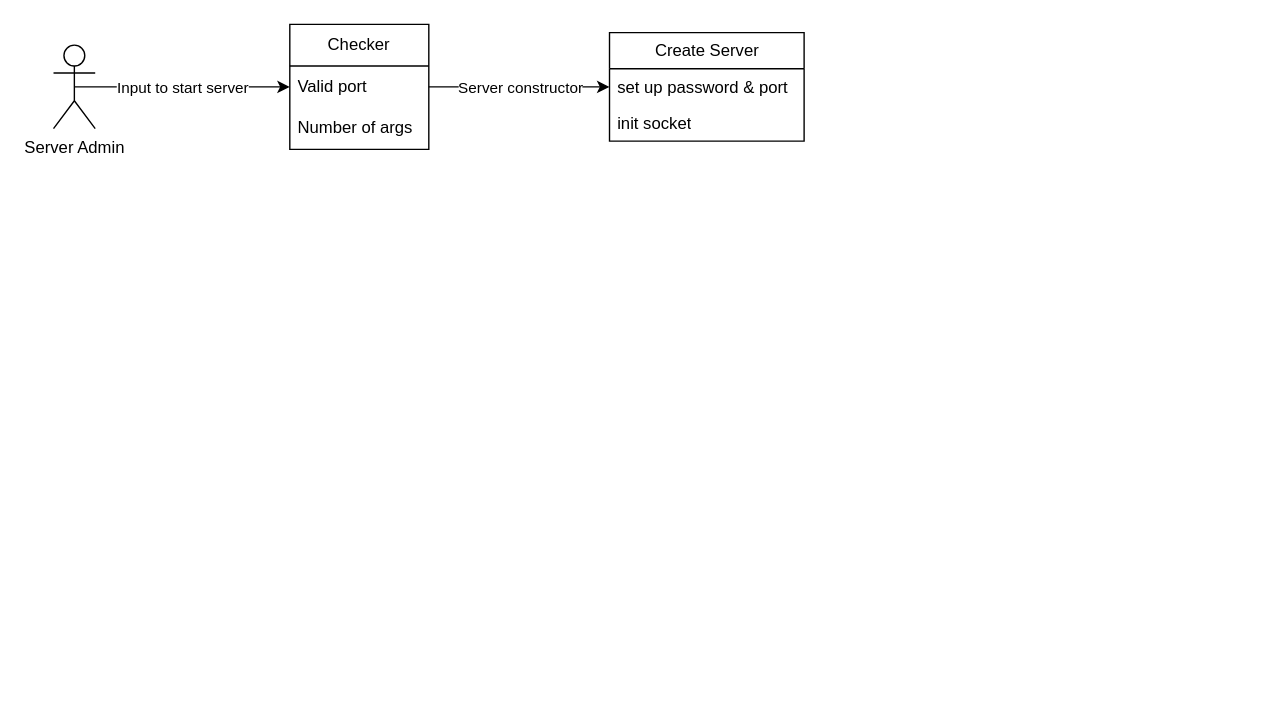
Before: page "Page-1" (1 of 2) of ft_irc.drawio in Juan-aga/ft_irc, a draw.io diagram. Source tidied: cells renumbered, new cells numbered last; positions are measured from the earlier drawing's top-left corner, leaving out a move shared by most shapes. Both pictures are drawn from the tidied source at 139%, with x=0, y=0 at pixel (53, 24).
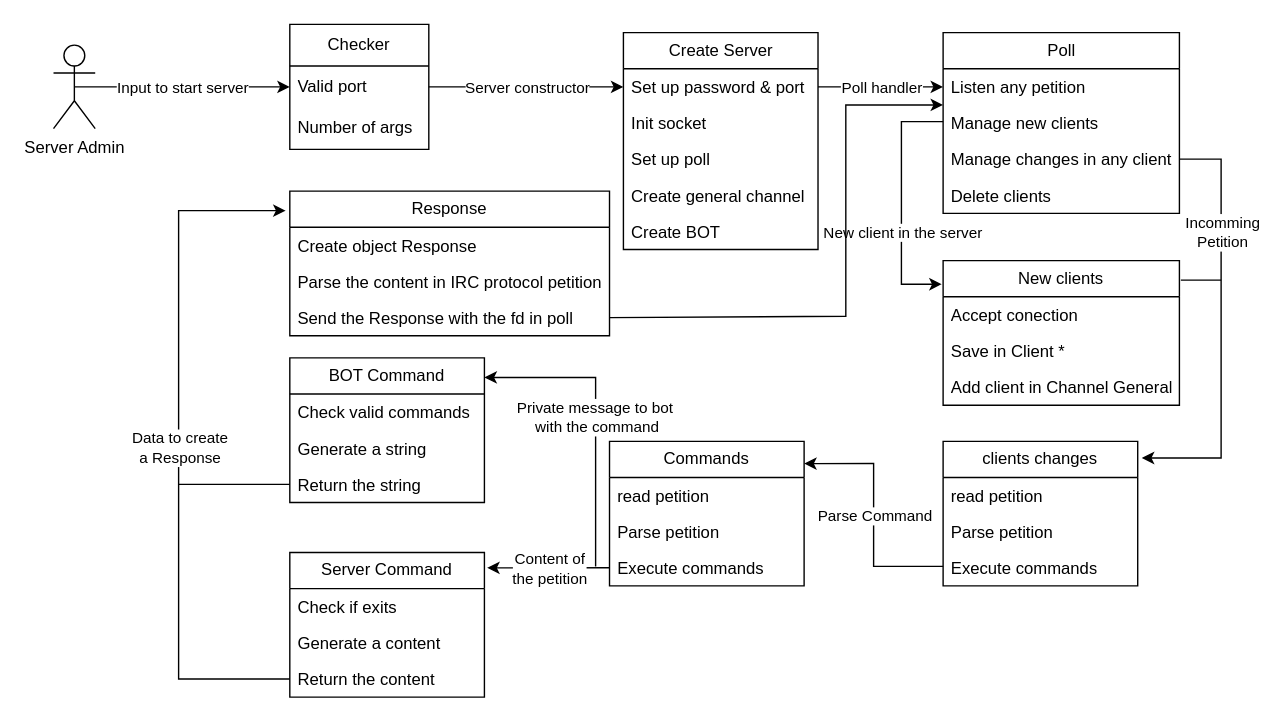
The same page after the edit.

Commit message (it also covers changes not shown here):
MOD: update diagram, change name bot and server

What changed in the source:
```diff
@@
     <mxCell id="5" value="Create Server" style="swimlane;fontStyle=0;horizontal=1;startSize=26;fillColor=none;html=1;" parent="1" vertex="1">
-      <mxGeometry x="400" y="6" width="140" height="78" as="geometry" />
+      <mxGeometry x="410" y="6" width="140" height="156" as="geometry" />
     </mxCell>
-    <mxCell id="6" value="set up password &amp;amp; port" style="text;strokeColor=none;fillColor=none;align=left;verticalAlign=top;spacingLeft=4;spacingRight=4;overflow=hidden;points=[[0,0.5],[1,0.5]];portConstraint=eastwest;whiteSpace=wrap;html=1;" parent="5" vertex="1">
+    <mxCell id="6" value="Set up password &amp;amp; port" style="text;strokeColor=none;fillColor=none;align=left;verticalAlign=top;spacingLeft=4;spacingRight=4;overflow=hidden;points=[[0,0.5],[1,0.5]];portConstraint=eastwest;whiteSpace=wrap;html=1;" parent="5" vertex="1">
       <mxGeometry y="26" width="140" height="26" as="geometry" />
     </mxCell>
-    <mxCell id="7" value="init socket" style="text;strokeColor=none;fillColor=none;align=left;verticalAlign=top;spacingLeft=4;spacingRight=4;overflow=hidden;whiteSpace=wrap;html=1;" parent="5" vertex="1">
+    <mxCell id="7" value="Init socket" style="text;strokeColor=none;fillColor=none;align=left;verticalAlign=top;spacingLeft=4;spacingRight=4;overflow=hidden;whiteSpace=wrap;html=1;" parent="5" vertex="1">
       <mxGeometry y="52" width="140" height="26" as="geometry" />
     </mxCell>
+    <mxCell id="13" value="Set up poll" style="text;strokeColor=none;fillColor=none;align=left;verticalAlign=top;spacingLeft=4;spacingRight=4;overflow=hidden;whiteSpace=wrap;html=1;" parent="5" vertex="1">
+      <mxGeometry y="78" width="140" height="26" as="geometry" />
+    </mxCell>
+    <mxCell id="14" value="Create general channel" style="text;strokeColor=none;fillColor=none;align=left;verticalAlign=top;spacingLeft=4;spacingRight=4;overflow=hidden;whiteSpace=wrap;html=1;" parent="5" vertex="1">
+      <mxGeometry y="104" width="140" height="26" as="geometry" />
+    </mxCell>
+    <mxCell id="15" value="Create BOT" style="text;strokeColor=none;fillColor=none;align=left;verticalAlign=top;spacingLeft=4;spacingRight=4;overflow=hidden;whiteSpace=wrap;html=1;" parent="5" vertex="1">
+      <mxGeometry y="130" width="140" height="26" as="geometry" />
+    </mxCell>
@@
+    <mxCell id="16" value="Poll" style="swimlane;fontStyle=0;horizontal=1;startSize=26;fillColor=none;html=1;" parent="1" vertex="1">
+      <mxGeometry x="640" y="6" width="170" height="130" as="geometry" />
+    </mxCell>
+    <mxCell id="17" value="Listen any petition" style="text;strokeColor=none;fillColor=none;align=left;verticalAlign=top;spacingLeft=4;spacingRight=4;overflow=hidden;points=[[0,0.5],[1,0.5]];portConstraint=eastwest;whiteSpace=wrap;html=1;" parent="16" vertex="1">
+      <mxGeometry y="26" width="170" height="26" as="geometry" />
+    </mxCell>
+    <mxCell id="18" value="Manage new clients" style="text;strokeColor=none;fillColor=none;align=left;verticalAlign=top;spacingLeft=4;spacingRight=4;overflow=hidden;points=[[0,0.5],[1,0.5]];portConstraint=eastwest;whiteSpace=wrap;html=1;" parent="16" vertex="1">
+      <mxGeometry y="52" width="170" height="26" as="geometry" />
+    </mxCell>
+    <mxCell id="19" value="Manage changes in any client" style="text;strokeColor=none;fillColor=none;align=left;verticalAlign=top;spacingLeft=4;spacingRight=4;overflow=hidden;points=[[0,0.5],[1,0.5]];portConstraint=eastwest;whiteSpace=wrap;html=1;" parent="16" vertex="1">
+      <mxGeometry y="78" width="170" height="26" as="geometry" />
+    </mxCell>
+    <mxCell id="20" value="Delete clients" style="text;strokeColor=none;fillColor=none;align=left;verticalAlign=top;spacingLeft=4;spacingRight=4;overflow=hidden;whiteSpace=wrap;html=1;" parent="16" vertex="1">
+      <mxGeometry y="104" width="170" height="26" as="geometry" />
+    </mxCell>
+    <mxCell id="21" style="endArrow=classic;html=1;rounded=0;exitX=1;exitY=0.5;exitDx=0;exitDy=0;entryX=0;entryY=0.5;entryDx=0;entryDy=0;" parent="1" edge="1" source="6" target="17">
+      <mxGeometry relative="1" as="geometry" />
+    </mxCell>
+    <mxCell id="22" value="Poll handler" style="edgeLabel;html=1;align=center;verticalAlign=middle;" parent="21" vertex="1">
+      <mxGeometry relative="1" as="geometry" />
+    </mxCell>
+    <mxCell id="23" value="New clients" style="swimlane;fontStyle=0;horizontal=1;startSize=26;fillColor=none;whiteSpace=wrap;html=1;" parent="1" vertex="1">
+      <mxGeometry x="640" y="170" width="170" height="104" as="geometry" />
+    </mxCell>
+    <mxCell id="24" value="Accept conection" style="text;strokeColor=none;fillColor=none;align=left;verticalAlign=top;spacingLeft=4;spacingRight=4;overflow=hidden;whiteSpace=wrap;html=1;" parent="23" vertex="1">
+      <mxGeometry y="26" width="170" height="26" as="geometry" />
+    </mxCell>
+    <mxCell id="25" value="Save in Client *" style="text;strokeColor=none;fillColor=none;align=left;verticalAlign=top;spacingLeft=4;spacingRight=4;overflow=hidden;whiteSpace=wrap;html=1;" parent="23" vertex="1">
+      <mxGeometry y="52" width="170" height="26" as="geometry" />
+    </mxCell>
+    <mxCell id="26" value="Add client in Channel General" style="text;strokeColor=none;fillColor=none;align=left;verticalAlign=top;spacingLeft=4;spacingRight=4;overflow=hidden;whiteSpace=wrap;html=1;" parent="23" vertex="1">
+      <mxGeometry y="78" width="170" height="26" as="geometry" />
+    </mxCell>
+    <mxCell id="27" value="clients changes" style="swimlane;fontStyle=0;horizontal=1;startSize=26;fillColor=none;whiteSpace=wrap;html=1;" parent="1" vertex="1">
+      <mxGeometry x="640" y="300" width="140" height="104" as="geometry" />
+    </mxCell>
+    <mxCell id="28" value="read petition" style="text;strokeColor=none;fillColor=none;align=left;verticalAlign=top;spacingLeft=4;spacingRight=4;overflow=hidden;whiteSpace=wrap;html=1;" parent="27" vertex="1">
+      <mxGeometry y="26" width="140" height="26" as="geometry" />
+    </mxCell>
+    <mxCell id="29" value="Parse petition" style="text;strokeColor=none;fillColor=none;align=left;verticalAlign=top;spacingLeft=4;spacingRight=4;overflow=hidden;whiteSpace=wrap;html=1;" parent="27" vertex="1">
+      <mxGeometry y="52" width="140" height="26" as="geometry" />
+    </mxCell>
+    <mxCell id="30" value="Execute commands" style="text;strokeColor=none;fillColor=none;align=left;verticalAlign=top;spacingLeft=4;spacingRight=4;overflow=hidden;whiteSpace=wrap;html=1;" parent="27" vertex="1">
+      <mxGeometry y="78" width="140" height="26" as="geometry" />
+    </mxCell>
+    <mxCell id="31" style="endArrow=classic;html=1;rounded=0;exitX=1;exitY=0.5;exitDx=0;exitDy=0;entryX=1.021;entryY=0.115;entryDx=0;entryDy=0;entryPerimeter=0;" parent="1" edge="1" source="19" target="27">
+      <mxGeometry relative="1" as="geometry">
+        <Array as="points">
+          <mxPoint x="840" y="97" />
+          <mxPoint x="840" y="280" />
+          <mxPoint x="840" y="312" />
+        </Array>
+      </mxGeometry>
+    </mxCell>
+    <mxCell id="32" value="Incomming&lt;br&gt;Petition" style="edgeLabel;html=1;align=center;verticalAlign=middle;" parent="31" vertex="1">
+      <mxGeometry relative="1" as="geometry">
+        <mxPoint y="-69" as="offset" />
+      </mxGeometry>
+    </mxCell>
+    <mxCell id="33" style="endArrow=classic;html=1;rounded=0;entryX=-0.006;entryY=0.163;entryDx=0;entryDy=0;entryPerimeter=0;" parent="1" edge="1" target="23">
+      <mxGeometry relative="1" as="geometry">
+        <mxPoint x="640" y="70" as="sourcePoint" />
+        <Array as="points">
+          <mxPoint x="610" y="70" />
+          <mxPoint x="610" y="163" />
+          <mxPoint x="610" y="187" />
+        </Array>
+      </mxGeometry>
+    </mxCell>
+    <mxCell id="34" value="New client in the server" style="edgeLabel;html=1;align=center;verticalAlign=middle;" parent="33" vertex="1">
+      <mxGeometry relative="1" as="geometry">
+        <mxPoint y="21" as="offset" />
+      </mxGeometry>
+    </mxCell>
+    <mxCell id="35" value="Commands" style="swimlane;fontStyle=0;horizontal=1;startSize=26;fillColor=none;whiteSpace=wrap;html=1;" parent="1" vertex="1">
+      <mxGeometry x="400" y="300" width="140" height="104" as="geometry" />
+    </mxCell>
+    <mxCell id="36" value="read petition" style="text;strokeColor=none;fillColor=none;align=left;verticalAlign=top;spacingLeft=4;spacingRight=4;overflow=hidden;whiteSpace=wrap;html=1;" parent="35" vertex="1">
+      <mxGeometry y="26" width="140" height="26" as="geometry" />
+    </mxCell>
+    <mxCell id="37" value="Parse petition" style="text;strokeColor=none;fillColor=none;align=left;verticalAlign=top;spacingLeft=4;spacingRight=4;overflow=hidden;whiteSpace=wrap;html=1;" parent="35" vertex="1">
+      <mxGeometry y="52" width="140" height="26" as="geometry" />
+    </mxCell>
+    <mxCell id="38" value="Execute commands" style="text;strokeColor=none;fillColor=none;align=left;verticalAlign=top;spacingLeft=4;spacingRight=4;overflow=hidden;points=[[0,0.5],[1,0.5]];portConstraint=eastwest;whiteSpace=wrap;html=1;" parent="35" vertex="1">
+      <mxGeometry y="78" width="140" height="26" as="geometry" />
+    </mxCell>
+    <mxCell id="39" style="endArrow=none;html=1;rounded=0;entryX=1.006;entryY=0.135;entryDx=0;entryDy=0;entryPerimeter=0;" parent="1" edge="1" target="23">
+      <mxGeometry relative="1" as="geometry">
+        <mxPoint x="840" y="184" as="sourcePoint" />
+      </mxGeometry>
+    </mxCell>
+    <mxCell id="40" value="BOT Command" style="swimlane;fontStyle=0;horizontal=1;startSize=26;fillColor=none;whiteSpace=wrap;html=1;" parent="1" vertex="1">
+      <mxGeometry x="170" y="240" width="140" height="104" as="geometry" />
+    </mxCell>
+    <mxCell id="41" value="Check valid commands" style="text;strokeColor=none;fillColor=none;align=left;verticalAlign=top;spacingLeft=4;spacingRight=4;overflow=hidden;whiteSpace=wrap;html=1;" parent="40" vertex="1">
+      <mxGeometry y="26" width="140" height="26" as="geometry" />
+    </mxCell>
+    <mxCell id="42" value="Generate a string" style="text;strokeColor=none;fillColor=none;align=left;verticalAlign=top;spacingLeft=4;spacingRight=4;overflow=hidden;whiteSpace=wrap;html=1;" parent="40" vertex="1">
+      <mxGeometry y="52" width="140" height="26" as="geometry" />
+    </mxCell>
+    <mxCell id="43" value="Return the string" style="text;strokeColor=none;fillColor=none;align=left;verticalAlign=top;spacingLeft=4;spacingRight=4;overflow=hidden;points=[[0,0.5],[1,0.5]];portConstraint=eastwest;whiteSpace=wrap;html=1;" parent="40" vertex="1">
+      <mxGeometry y="78" width="140" height="26" as="geometry" />
+    </mxCell>
+    <mxCell id="44" value="Server Command" style="swimlane;fontStyle=0;horizontal=1;startSize=26;fillColor=none;whiteSpace=wrap;html=1;" parent="1" vertex="1">
+      <mxGeometry x="170" y="380" width="140" height="104" as="geometry" />
+    </mxCell>
+    <mxCell id="45" value="Check if exits" style="text;strokeColor=none;fillColor=none;align=left;verticalAlign=top;spacingLeft=4;spacingRight=4;overflow=hidden;whiteSpace=wrap;html=1;" parent="44" vertex="1">
+      <mxGeometry y="26" width="140" height="26" as="geometry" />
+    </mxCell>
+    <mxCell id="46" value="Generate a content" style="text;strokeColor=none;fillColor=none;align=left;verticalAlign=top;spacingLeft=4;spacingRight=4;overflow=hidden;whiteSpace=wrap;html=1;" parent="44" vertex="1">
+      <mxGeometry y="52" width="140" height="26" as="geometry" />
+    </mxCell>
+    <mxCell id="47" value="Return the content" style="text;strokeColor=none;fillColor=none;align=left;verticalAlign=top;spacingLeft=4;spacingRight=4;overflow=hidden;points=[[0,0.5],[1,0.5]];portConstraint=eastwest;whiteSpace=wrap;html=1;" parent="44" vertex="1">
+      <mxGeometry y="78" width="140" height="26" as="geometry" />
+    </mxCell>
+    <mxCell id="48" style="endArrow=classic;html=1;rounded=0;entryX=1;entryY=0.154;entryDx=0;entryDy=0;entryPerimeter=0;" parent="1" edge="1" target="35">
+      <mxGeometry relative="1" as="geometry">
+        <mxPoint x="640" y="390" as="sourcePoint" />
+        <Array as="points">
+          <mxPoint x="590" y="390" />
+          <mxPoint x="590" y="316" />
+        </Array>
+      </mxGeometry>
+    </mxCell>
+    <mxCell id="49" value="Parse Command" style="edgeLabel;html=1;align=center;verticalAlign=middle;" parent="48" vertex="1">
+      <mxGeometry relative="1" as="geometry" />
+    </mxCell>
+    <mxCell id="50" style="endArrow=classic;html=1;rounded=0;exitX=0;exitY=0.5;exitDx=0;exitDy=0;entryX=1.014;entryY=0.106;entryDx=0;entryDy=0;entryPerimeter=0;" parent="1" edge="1" source="38" target="44">
+      <mxGeometry relative="1" as="geometry" />
+    </mxCell>
+    <mxCell id="51" value="Content of&lt;br&gt;the petition" style="edgeLabel;html=1;align=center;verticalAlign=middle;" parent="50" vertex="1">
+      <mxGeometry relative="1" as="geometry" />
+    </mxCell>
+    <mxCell id="52" style="endArrow=classic;html=1;rounded=0;entryX=1;entryY=0.135;entryDx=0;entryDy=0;entryPerimeter=0;" parent="1" edge="1" target="40">
+      <mxGeometry relative="1" as="geometry">
+        <mxPoint x="390" y="390" as="sourcePoint" />
+        <Array as="points">
+          <mxPoint x="390" y="254" />
+        </Array>
+      </mxGeometry>
+    </mxCell>
+    <mxCell id="53" value="Private message to bot&amp;nbsp;&lt;br&gt;with the command" style="edgeLabel;html=1;align=center;verticalAlign=middle;" parent="52" vertex="1">
+      <mxGeometry relative="1" as="geometry" />
+    </mxCell>
+    <mxCell id="54" value="Response" style="swimlane;fontStyle=0;horizontal=1;startSize=26;fillColor=none;whiteSpace=wrap;html=1;" parent="1" vertex="1">
+      <mxGeometry x="170" y="120" width="230" height="104" as="geometry" />
+    </mxCell>
+    <mxCell id="55" value="Create object Response" style="text;strokeColor=none;fillColor=none;align=left;verticalAlign=top;spacingLeft=4;spacingRight=4;overflow=hidden;whiteSpace=wrap;html=1;" parent="54" vertex="1">
+      <mxGeometry y="26" width="230" height="26" as="geometry" />
+    </mxCell>
+    <mxCell id="56" value="Parse the content in IRC protocol petition" style="text;strokeColor=none;fillColor=none;align=left;verticalAlign=top;spacingLeft=4;spacingRight=4;overflow=hidden;whiteSpace=wrap;html=1;" parent="54" vertex="1">
+      <mxGeometry y="52" width="230" height="26" as="geometry" />
+    </mxCell>
+    <mxCell id="57" value="Send the Response with the fd in poll" style="text;strokeColor=none;fillColor=none;align=left;verticalAlign=top;spacingLeft=4;spacingRight=4;overflow=hidden;points=[[0,0.5],[1,0.5]];portConstraint=eastwest;whiteSpace=wrap;html=1;" parent="54" vertex="1">
+      <mxGeometry y="78" width="230" height="26" as="geometry" />
+    </mxCell>
+    <mxCell id="58" style="endArrow=classic;html=1;rounded=0;entryX=-0.013;entryY=0.135;entryDx=0;entryDy=0;entryPerimeter=0;exitX=0;exitY=0.5;exitDx=0;exitDy=0;" parent="1" edge="1" source="47" target="54">
+      <mxGeometry relative="1" as="geometry">
+        <Array as="points">
+          <mxPoint x="90" y="471" />
+          <mxPoint x="90" y="300" />
+          <mxPoint x="90" y="134" />
+        </Array>
+      </mxGeometry>
+    </mxCell>
+    <mxCell id="59" value="Data to create&lt;br&gt;a Response" style="edgeLabel;html=1;align=center;verticalAlign=middle;" parent="58" vertex="1">
+      <mxGeometry relative="1" as="geometry" />
+    </mxCell>
+    <mxCell id="60" style="endArrow=none;html=1;rounded=0;entryX=0;entryY=0.5;entryDx=0;entryDy=0;" parent="1" edge="1" target="43">
+      <mxGeometry relative="1" as="geometry">
+        <mxPoint x="90" y="331" as="sourcePoint" />
+      </mxGeometry>
+    </mxCell>
+    <mxCell id="61" style="endArrow=classic;html=1;rounded=0;exitX=1;exitY=0.5;exitDx=0;exitDy=0;entryX=0;entryY=0;entryDx=0;entryDy=0;entryPerimeter=0;" parent="1" edge="1" source="57" target="18">
+      <mxGeometry relative="1" as="geometry">
+        <Array as="points">
+          <mxPoint x="570" y="210" />
+          <mxPoint x="570" y="58" />
+        </Array>
+      </mxGeometry>
+    </mxCell>
```
